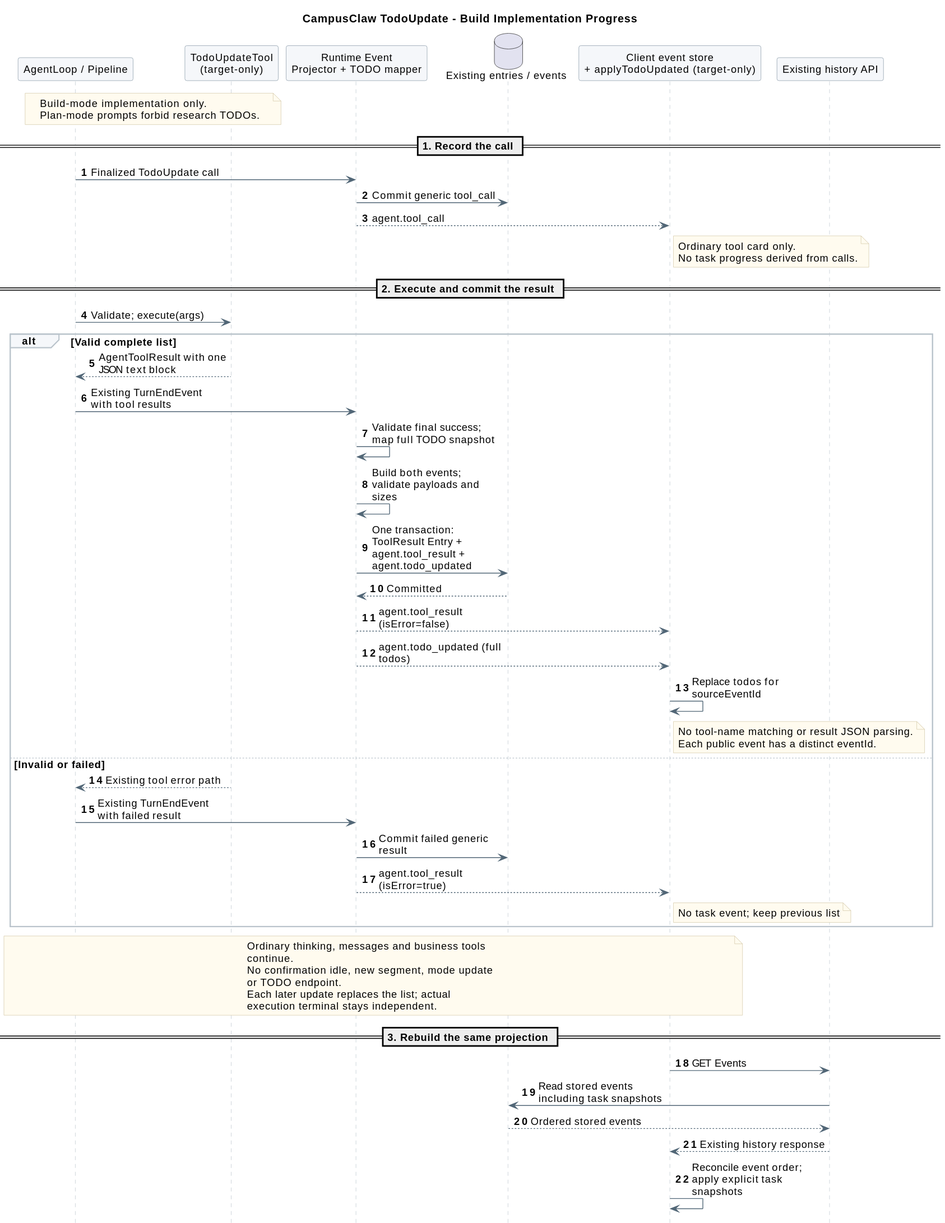
Earlier version of the PlantUML export 01-总体架构/06-CampusClaw计划模式/todo_update_sequence.svg (ssm0808/pi-mono-java-design). The source it was exported from:
```plantuml
@startuml
skinparam backgroundColor white
skinparam defaultFontName SansSerif
skinparam defaultFontSize 13
skinparam shadowing false
skinparam sequenceMessageAlign left
skinparam maxMessageSize 165
skinparam sequenceArrowColor #526777
skinparam sequenceLifeLineBorderColor #BAC4CC
skinparam sequenceParticipantBackgroundColor #F5F7FA
skinparam sequenceParticipantBorderColor #8496A4
skinparam sequenceGroupBackgroundColor #F5F7FA
skinparam sequenceGroupBorderColor #BAC4CC
skinparam noteBackgroundColor #FFFBEF
skinparam noteBorderColor #D2C6A5
hide footbox
autonumber
title CampusClaw TodoUpdate - Build Implementation Progress
participant "AgentLoop / Pipeline" as Loop
participant "TodoUpdateTool\n(target-only)" as Todo
participant "Runtime Event\nProjector + TODO mapper" as Projector
database "Existing entries / events" as DB
participant "Client event store\n+ applyTodoUpdated (target-only)" as UI
participant "Existing history API" as History

note over Loop,Todo
  Build-mode implementation only.
  Plan-mode prompts forbid research TODOs.
end note
== 1. Record the call ==
Loop -> Projector : Finalized TodoUpdate call
Projector -> DB : Commit generic tool_call
Projector --> UI : agent.tool_call
note right of UI
  Ordinary tool card only.
  No task progress derived from calls.
end note
== 2. Execute and commit the result ==
Loop -> Todo : Validate; execute(args)
alt Valid complete list
  Todo --> Loop : AgentToolResult with one JSON text block
  Loop -> Projector : Existing TurnEndEvent with tool results
  Projector -> Projector : Validate final success; map full TODO snapshot
  Projector -> Projector : Build both events; validate payloads and sizes
  Projector -> DB : One transaction: ToolResult Entry +\nagent.tool_result + agent.todo_updated
  DB --> Projector : Committed
  Projector --> UI : agent.tool_result (isError=false)
  Projector --> UI : agent.todo_updated (full todos)
  UI -> UI : Replace todos for sourceEventId
  note right of UI
  No tool-name matching or result JSON parsing.
  Each public event has a distinct eventId.
  end note
else Invalid or failed
  Todo --> Loop : Existing tool error path
  Loop -> Projector : Existing TurnEndEvent with failed result
  Projector -> DB : Commit failed generic result
  Projector --> UI : agent.tool_result (isError=true)
  note right of UI : No task event; keep previous list
end
note over Loop,UI
  Ordinary thinking, messages and business tools
  continue.
  No confirmation idle, new segment, mode update
  or TODO endpoint.
  Each later update replaces the list; actual
  execution terminal stays independent.
end note
== 3. Rebuild the same projection ==
UI -> History : GET Events
History -> DB : Read stored events including task snapshots
DB --> History : Ordered stored events
History --> UI : Existing history response
UI -> UI : Reconcile event order; apply explicit task snapshots
@enduml
```
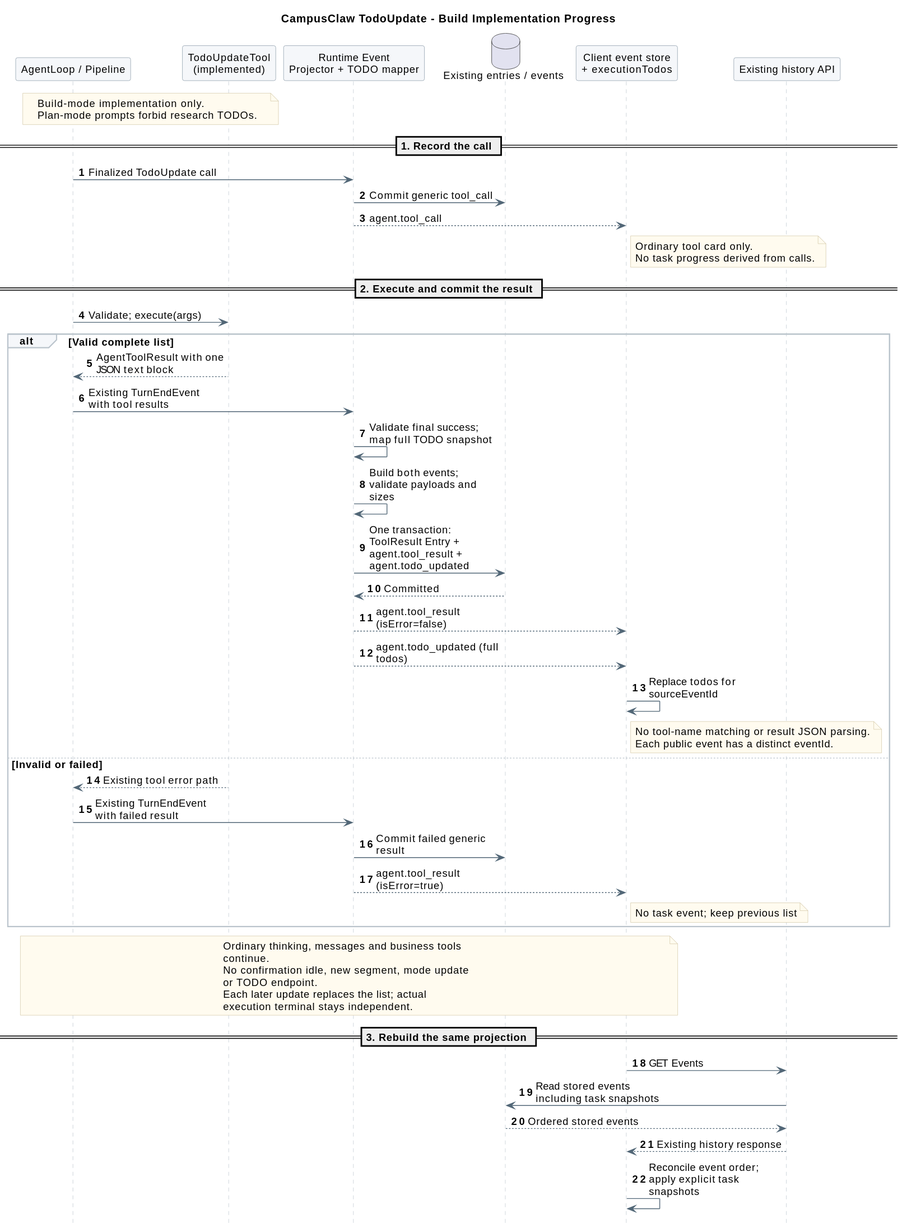
Later version of the same file.

Diff of the diagram source:
```diff
@@ -17,10 +17,10 @@
 autonumber
 title CampusClaw TodoUpdate - Build Implementation Progress
 participant "AgentLoop / Pipeline" as Loop
-participant "TodoUpdateTool\n(target-only)" as Todo
+participant "TodoUpdateTool\n(implemented)" as Todo
 participant "Runtime Event\nProjector + TODO mapper" as Projector
 database "Existing entries / events" as DB
-participant "Client event store\n+ applyTodoUpdated (target-only)" as UI
+participant "Client event store\n+ executionTodos" as UI
 participant "Existing history API" as History
 
 note over Loop,Todo
```
